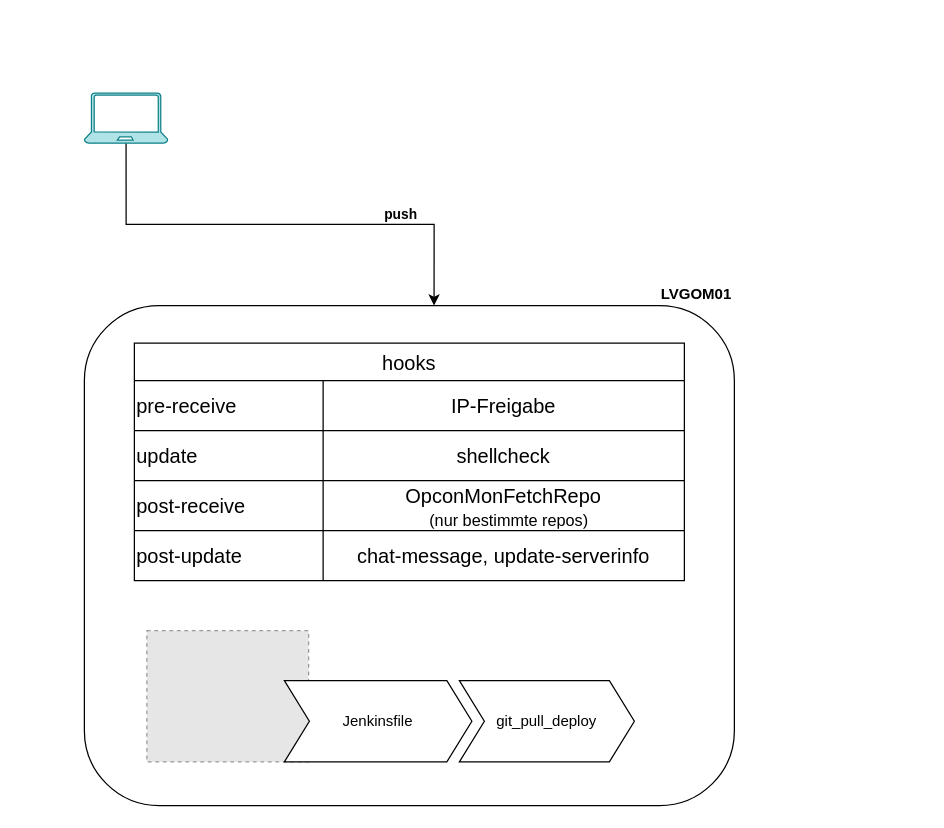
This is Unbenanntes Diagramm.drawio from sueswe/dotfiles, a draw.io file, before an edit. Source tidied: cells renumbered, new cells numbered last; positions are measured from the earlier drawing's top-left corner, leaving out a move shared by most shapes. Both pictures are drawn from the tidied source at 125%, with x=0, y=0 at pixel (84, 92). Pictures stored in the file or linked from it are replaced by grey dashed boxes.
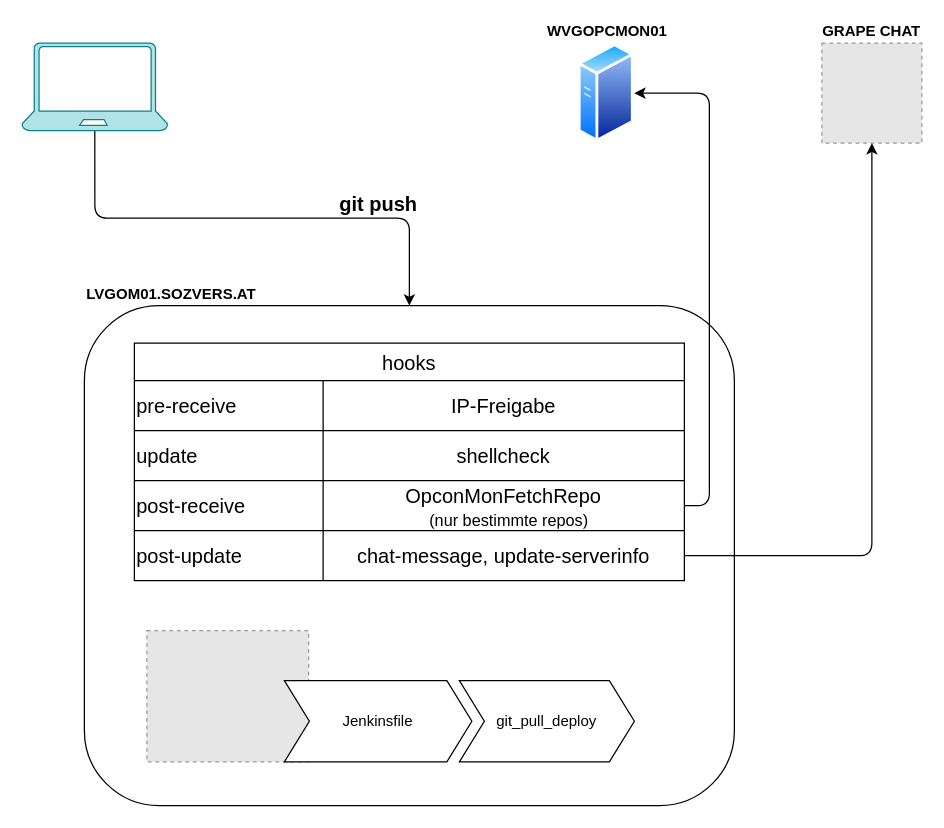
The same page after the edit.

Commit message:
grape und wvgopcmon01 added

Unchanged cells that the change refers to:
```xml
<mxCell id="13" style="shape=tableRow;horizontal=0;startSize=0;swimlaneHead=0;swimlaneBody=0;strokeColor=inherit;top=0;left=0;bottom=0;right=0;fillColor=none;points=[[0,0.5],[1,0.5]];portConstraint=eastwest;fontSize=16;" parent="6" vertex="1">
  <mxGeometry y="110" width="440" height="40" as="geometry" />
</mxCell>
<mxCell id="16" style="shape=tableRow;horizontal=0;startSize=0;swimlaneHead=0;swimlaneBody=0;strokeColor=inherit;top=0;left=0;bottom=0;right=0;fillColor=none;points=[[0,0.5],[1,0.5]];portConstraint=eastwest;fontSize=16;" parent="6" vertex="1">
  <mxGeometry y="150" width="440" height="40" as="geometry" />
</mxCell>
```

The edit, as a diff of the source:
```diff
@@
-    <mxCell id="2" style="edgeStyle=orthogonalEdgeStyle;rounded=0;jettySize=auto;html=1;exitX=0.5;exitY=1;exitDx=0;exitDy=0;exitPerimeter=0;entryX=0.538;entryY=0;entryDx=0;entryDy=0;entryPerimeter=0;" parent="1" edge="1" source="4" target="5">
+    <mxCell id="2" style="edgeStyle=orthogonalEdgeStyle;rounded=1;jettySize=auto;html=1;exitX=0.5;exitY=1;exitDx=0;exitDy=0;exitPerimeter=0;entryX=0.5;entryY=0;entryDx=0;entryDy=0;" parent="1" edge="1" source="4" target="5">
       <mxGeometry relative="1" as="geometry" />
     </mxCell>
-    <mxCell id="3" value="push&lt;span&gt;&lt;br&gt;&lt;/span&gt;" style="edgeLabel;html=1;align=center;verticalAlign=bottom;fontStyle=1;" parent="2" vertex="1">
+    <mxCell id="3" value="git push&lt;span style=&quot;font-size: 16px;&quot;&gt;&lt;br style=&quot;font-size: 16px;&quot;&gt;&lt;/span&gt;" style="edgeLabel;html=1;align=center;verticalAlign=bottom;fontStyle=1;fontSize=16;" parent="2" vertex="1">
       <mxGeometry x="0.51" relative="1" as="geometry" />
     </mxCell>
     <mxCell id="4" style="sketch=0;shadow=0;dashed=0;html=1;strokeColor=#0e8088;labelPosition=center;verticalLabelPosition=bottom;verticalAlign=top;align=center;fillColor=#b0e3e6;shape=mxgraph.azure.laptop;" parent="1" vertex="1">
-      <mxGeometry width="66.7" height="40" as="geometry" />
+      <mxGeometry x="-50" y="-40" width="116.7" height="70" as="geometry" />
     </mxCell>
-    <mxCell id="5" value="&lt;b&gt;LVGOM01&lt;/b&gt;" style="rounded=1;whiteSpace=wrap;html=1;verticalAlign=bottom;align=right;horizontal=1;labelPosition=center;verticalLabelPosition=top;" parent="1" vertex="1">
+    <mxCell id="5" value="&lt;b&gt;LVGOM01.SOZVERS.AT&lt;br&gt;&lt;/b&gt;" style="rounded=1;whiteSpace=wrap;html=1;verticalAlign=bottom;align=left;horizontal=1;labelPosition=center;verticalLabelPosition=top;" parent="1" vertex="1">
       <mxGeometry y="170" width="520" height="400" as="geometry" />
     </mxCell>
@@
+    <mxCell id="22" value="GRAPE CHAT" style="fillColor=#E6E6E6;strokeColor=#999999;dashed=1;verticalLabelPosition=top;verticalAlign=bottom;fontStyle=1;labelPosition=center;align=center;" parent="1" vertex="1">
+      <mxGeometry x="590" y="-40" width="80" height="80" as="geometry" />
+    </mxCell>
+    <mxCell id="23" style="edgeStyle=orthogonalEdgeStyle;rounded=1;jettySize=auto;html=1;entryX=0.5;entryY=1;entryDx=0;entryDy=0;" parent="1" edge="1" source="16" target="22">
+      <mxGeometry relative="1" as="geometry" />
+    </mxCell>
+    <mxCell id="24" value="WVGOPCMON01" style="perimeter=ellipsePerimeter;html=1;align=center;shadow=0;dashed=0;spacingTop=3;image;image=img/lib/active_directory/generic_server.svg;fontStyle=1;labelPosition=center;verticalLabelPosition=top;verticalAlign=bottom;" parent="1" vertex="1">
+      <mxGeometry x="395.2" y="-40" width="44.8" height="80" as="geometry" />
+    </mxCell>
+    <mxCell id="25" style="edgeStyle=orthogonalEdgeStyle;rounded=1;jettySize=auto;html=1;entryX=1;entryY=0.5;entryDx=0;entryDy=0;" parent="1" edge="1" source="13" target="24">
+      <mxGeometry relative="1" as="geometry" />
+    </mxCell>
```
